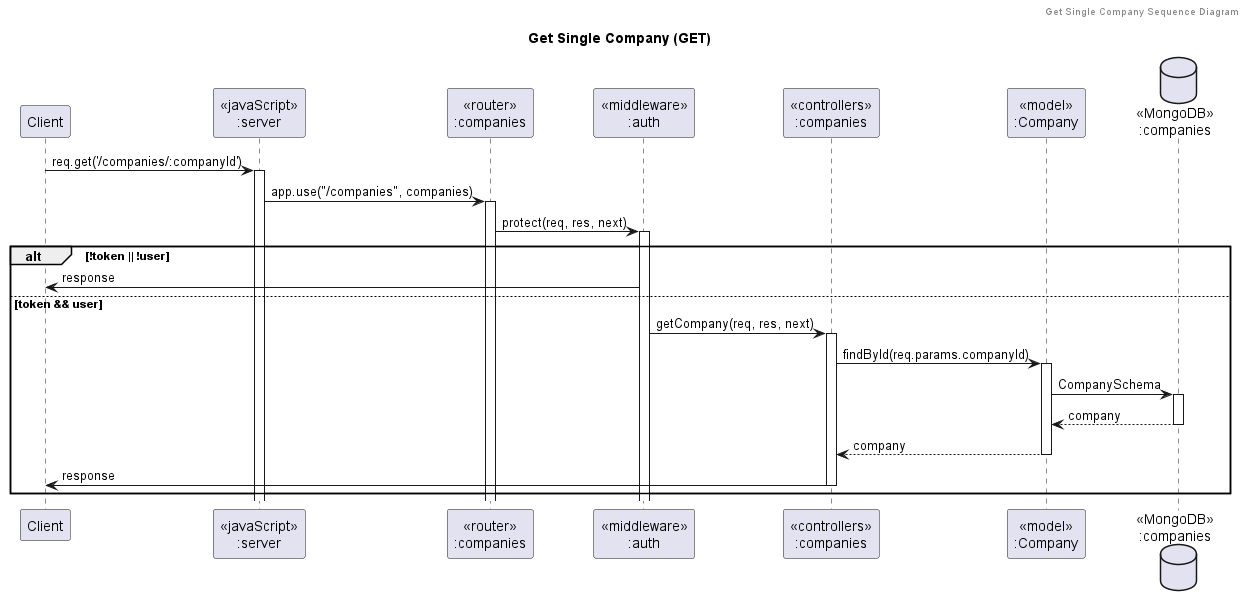
This is out/diagrams/sequence_diagram/company/get_single_company/Get Single Company (GET).png from its144prelationship-study/swdevprac-project, a PlantUML export, as it was before one commit.
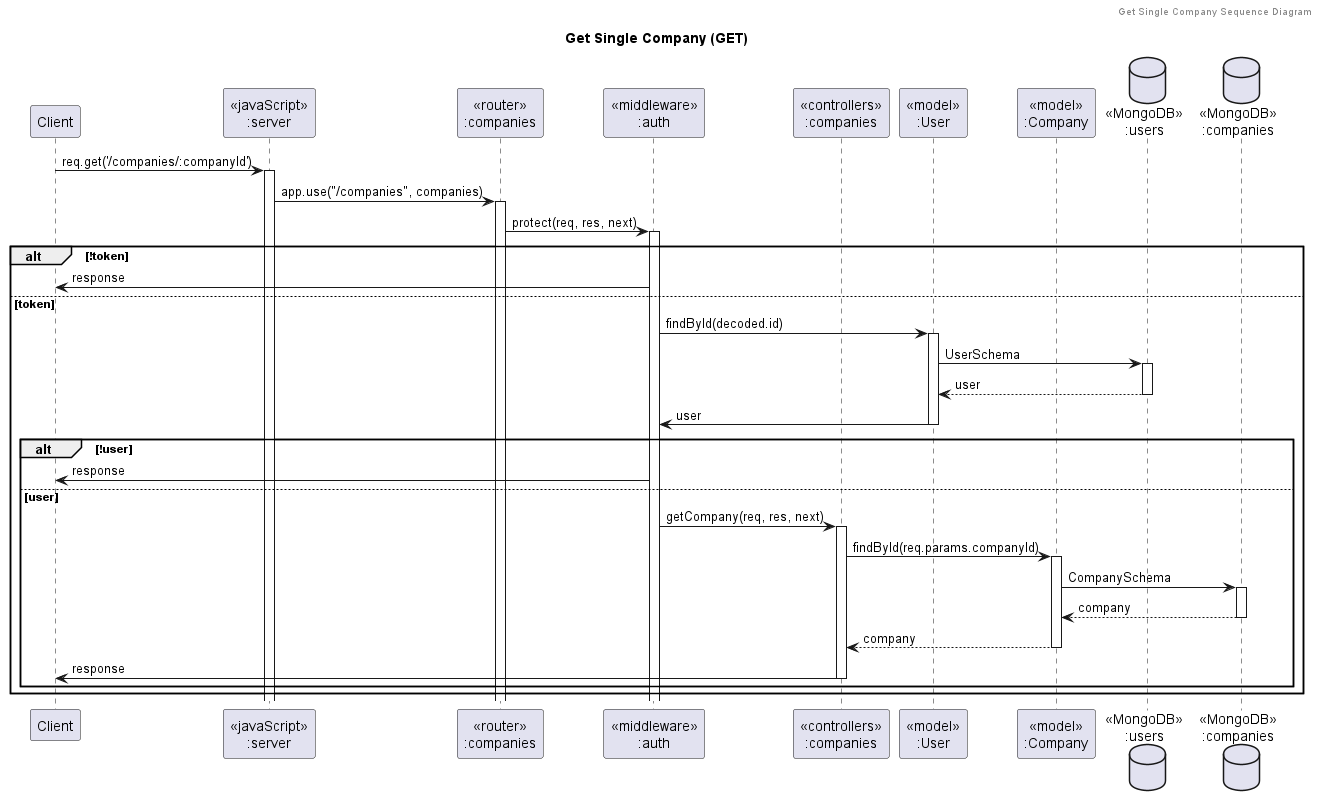
The same file after the commit.

What changed in the source:
```diff
@@ -8,21 +8,31 @@
 participant "<<router>>\n:companies" as routerCompanies
 participant "<<middleware>>\n:auth" as authMiddleware
 participant "<<controllers>>\n:companies" as controllersCompanies
+participant "<<model>>\n:User" as modelUser
 participant "<<model>>\n:Company" as modelCompanies
+database "<<MongoDB>>\n:users" as UsersDatabase
 database "<<MongoDB>>\n:companies" as CompaniesDatabase
 
 client -> server ++:req.get('/companies/:companyId')
 server -> routerCompanies ++:app.use("/companies", companies)
 routerCompanies -> authMiddleware ++:protect(req, res, next)
-alt !token || !user
+alt !token
     authMiddleware -> client :response
-else token && user
-    authMiddleware -> controllersCompanies ++:getCompany(req, res, next)
-    controllersCompanies -> modelCompanies ++:findById(req.params.companyId)
-    modelCompanies -> CompaniesDatabase ++: CompanySchema
-    CompaniesDatabase --> modelCompanies --: company
-    controllersCompanies <-- modelCompanies --: company
-    controllersCompanies -> client --: response
+else token
+    authMiddleware -> modelUser ++:findById(decoded.id)
+    modelUser -> UsersDatabase ++: UserSchema
+    UsersDatabase --> modelUser --: user
+    modelUser -> authMiddleware --: user
+    alt !user
+        authMiddleware -> client :response
+    else user
+        authMiddleware -> controllersCompanies ++:getCompany(req, res, next)
+        controllersCompanies -> modelCompanies ++:findById(req.params.companyId)
+        modelCompanies -> CompaniesDatabase ++: CompanySchema
+        CompaniesDatabase --> modelCompanies --: company
+        controllersCompanies <-- modelCompanies --: company
+        controllersCompanies -> client --: response
+    end
 end
 
 @enduml
```
